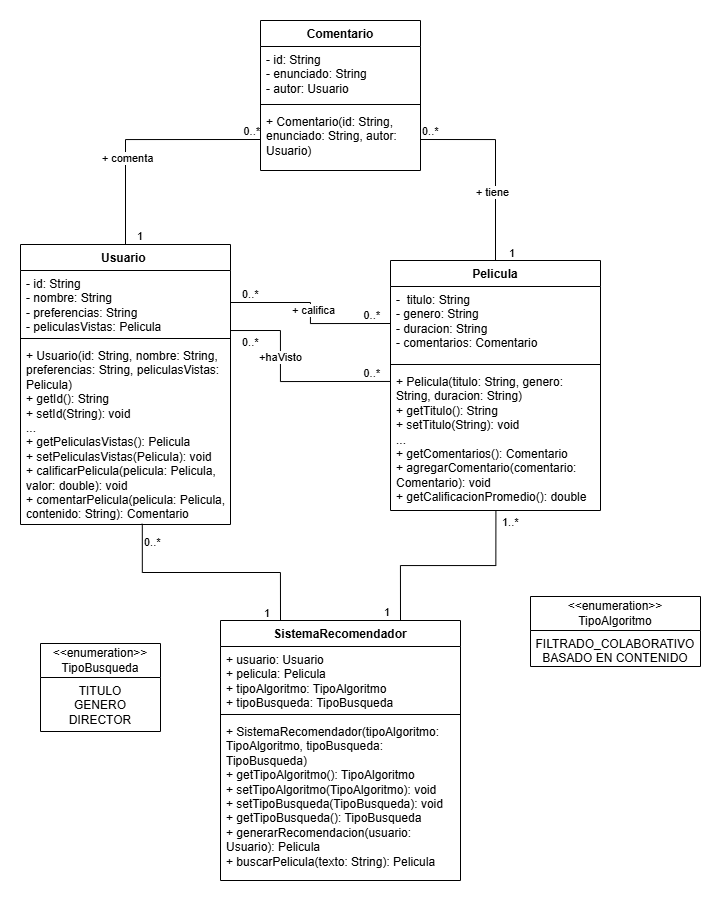
This is SistemaRecomendacion/SistemaRecomendacion.png from DiegoRodriguezUFPS/POO-1-B, a draw.io export, as it was before one commit. Source tidied: cells renumbered, new cells last; positions are measured from the earlier drawing's top-left corner, leaving out a move shared by most shapes.
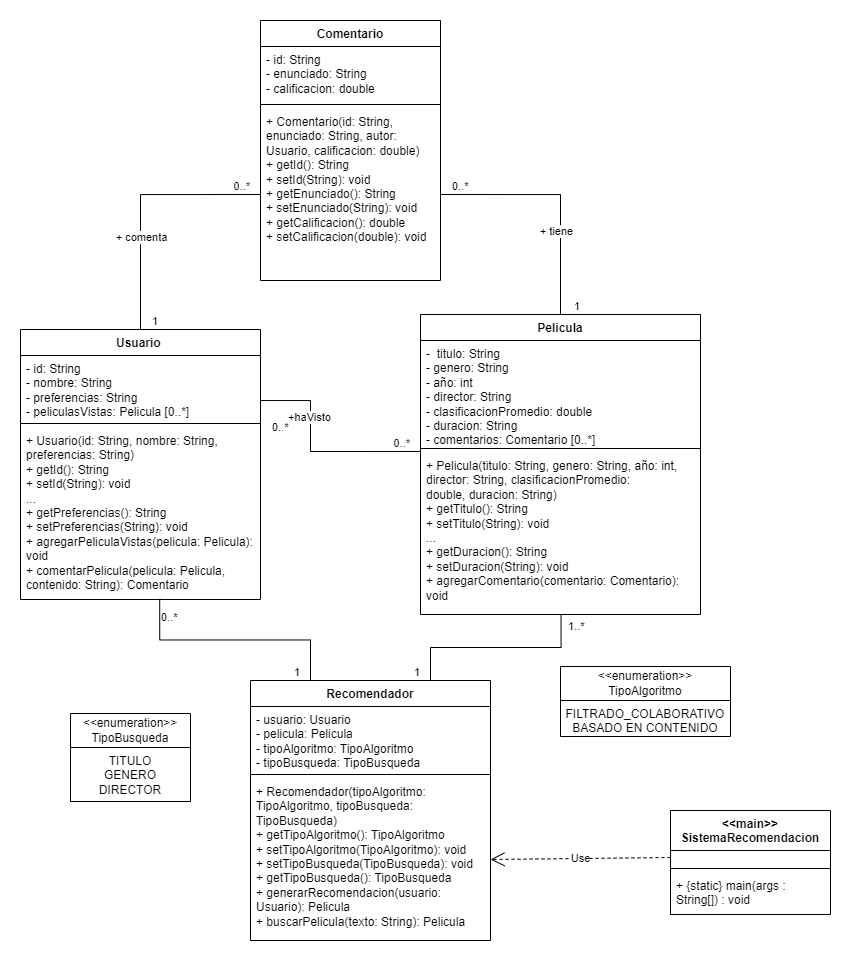
Above is the later version.

Change to the diagram source:
```diff
@@ -5,17 +5,17 @@
     <mxCell id="2" value="Pelicula" style="swimlane;fontStyle=1;align=center;verticalAlign=top;horizontal=1;startSize=26;whiteSpace=wrap;html=1;" parent="1" vertex="1">
-      <mxGeometry x="370" y="240" width="210" height="250" as="geometry" />
+      <mxGeometry x="370" y="224" width="280" height="300" as="geometry" />
     </mxCell>
-    <mxCell id="3" value="-&amp;nbsp; titulo: String&lt;div&gt;- genero: String&lt;/div&gt;&lt;div&gt;- duracion: String&lt;/div&gt;&lt;div&gt;- comentarios: Comentario&lt;span style=&quot;background-color: transparent; color: light-dark(rgb(0, 0, 0), rgb(255, 255, 255));&quot;&gt;&amp;nbsp;&lt;/span&gt;&lt;/div&gt;&lt;div&gt;&lt;br&gt;&lt;/div&gt;" style="text;strokeColor=none;fillColor=none;align=left;verticalAlign=top;spacingLeft=4;spacingRight=4;overflow=hidden;points=[[0,0.5],[1,0.5]];portConstraint=eastwest;whiteSpace=wrap;html=1;" parent="2" vertex="1">
-      <mxGeometry y="26" width="210" height="74" as="geometry" />
+    <mxCell id="3" value="-&amp;nbsp; titulo: String&lt;div&gt;- genero: String&lt;/div&gt;&lt;div&gt;- año: int&lt;/div&gt;&lt;div&gt;- director: String&lt;/div&gt;&lt;div&gt;- clasificacionPromedio: double&lt;/div&gt;&lt;div&gt;- duracion: String&lt;/div&gt;&lt;div&gt;- comentarios: Comentario [0..*]&lt;span style=&quot;background-color: transparent; color: light-dark(rgb(0, 0, 0), rgb(255, 255, 255));&quot;&gt;&amp;nbsp;&lt;/span&gt;&lt;/div&gt;&lt;div&gt;&lt;br&gt;&lt;/div&gt;" style="text;strokeColor=none;fillColor=none;align=left;verticalAlign=top;spacingLeft=4;spacingRight=4;overflow=hidden;points=[[0,0.5],[1,0.5]];portConstraint=eastwest;whiteSpace=wrap;html=1;" parent="2" vertex="1">
+      <mxGeometry y="26" width="280" height="104" as="geometry" />
     </mxCell>
     <mxCell id="4" style="line;strokeWidth=1;fillColor=none;align=left;verticalAlign=middle;spacingTop=-1;spacingLeft=3;spacingRight=3;labelPosition=right;strokeColor=inherit;" parent="2" vertex="1">
-      <mxGeometry y="100" width="210" height="8" as="geometry" />
+      <mxGeometry y="130" width="280" height="8" as="geometry" />
     </mxCell>
-    <mxCell id="5" value="&lt;div&gt;+ Pelicula(&lt;span style=&quot;background-color: transparent; color: light-dark(rgb(0, 0, 0), rgb(255, 255, 255));&quot;&gt;titulo: String,&amp;nbsp;&lt;/span&gt;&lt;span style=&quot;background-color: transparent; color: light-dark(rgb(0, 0, 0), rgb(255, 255, 255));&quot;&gt;genero: String,&amp;nbsp;&lt;/span&gt;&lt;span style=&quot;background-color: transparent; color: light-dark(rgb(0, 0, 0), rgb(255, 255, 255));&quot;&gt;duracion: String&lt;/span&gt;&lt;span style=&quot;background-color: transparent; color: light-dark(rgb(0, 0, 0), rgb(255, 255, 255));&quot;&gt;)&lt;/span&gt;&lt;/div&gt;&lt;div&gt;&lt;span style=&quot;background-color: transparent; color: light-dark(rgb(0, 0, 0), rgb(255, 255, 255));&quot;&gt;+ getTitulo(): String&lt;/span&gt;&lt;/div&gt;&lt;div&gt;&lt;span style=&quot;background-color: transparent; color: light-dark(rgb(0, 0, 0), rgb(255, 255, 255));&quot;&gt;+ setTitulo(String): void&lt;/span&gt;&lt;/div&gt;&lt;div&gt;...&lt;/div&gt;&lt;div&gt;+ getComentarios(): Comentario&lt;/div&gt;&lt;div&gt;+ agregarComentario(comentario: Comentario): void&lt;/div&gt;&lt;div&gt;&lt;span style=&quot;background-color: transparent; color: light-dark(rgb(0, 0, 0), rgb(255, 255, 255));&quot;&gt;+ getCalificacionPromedio(): double&lt;/span&gt;&lt;/div&gt;" style="text;strokeColor=none;fillColor=none;align=left;verticalAlign=top;spacingLeft=4;spacingRight=4;overflow=hidden;points=[[0,0.5],[1,0.5]];portConstraint=eastwest;whiteSpace=wrap;html=1;" parent="2" vertex="1">
-      <mxGeometry y="108" width="210" height="142" as="geometry" />
+    <mxCell id="5" value="&lt;div&gt;+ Pelicula(&lt;span style=&quot;background-color: transparent; color: light-dark(rgb(0, 0, 0), rgb(255, 255, 255));&quot;&gt;titulo: String,&amp;nbsp;&lt;/span&gt;&lt;span style=&quot;background-color: transparent; color: light-dark(rgb(0, 0, 0), rgb(255, 255, 255));&quot;&gt;genero: String, año:&amp;nbsp;&lt;/span&gt;int&lt;span style=&quot;background-color: transparent; color: light-dark(rgb(0, 0, 0), rgb(255, 255, 255));&quot;&gt;, director: String, clasificacionPromedio: double,&amp;nbsp;&lt;/span&gt;&lt;span style=&quot;background-color: transparent; color: light-dark(rgb(0, 0, 0), rgb(255, 255, 255));&quot;&gt;duracion: String&lt;/span&gt;&lt;span style=&quot;background-color: transparent; color: light-dark(rgb(0, 0, 0), rgb(255, 255, 255));&quot;&gt;)&lt;/span&gt;&lt;/div&gt;&lt;div&gt;&lt;span style=&quot;background-color: transparent; color: light-dark(rgb(0, 0, 0), rgb(255, 255, 255));&quot;&gt;+ getTitulo(): String&lt;/span&gt;&lt;/div&gt;&lt;div&gt;&lt;span style=&quot;background-color: transparent; color: light-dark(rgb(0, 0, 0), rgb(255, 255, 255));&quot;&gt;+ setTitulo(String): void&lt;/span&gt;&lt;/div&gt;&lt;div&gt;...&lt;/div&gt;&lt;div&gt;+ getDuracion():&amp;nbsp;&lt;span style=&quot;background-color: transparent; color: light-dark(rgb(0, 0, 0), rgb(255, 255, 255));&quot;&gt;String&lt;/span&gt;&lt;/div&gt;&lt;div&gt;&lt;span style=&quot;background-color: transparent; color: light-dark(rgb(0, 0, 0), rgb(255, 255, 255));&quot;&gt;+ setDuracion(String): void&lt;/span&gt;&lt;/div&gt;&lt;div&gt;+ agregarComentario(comentario: Comentario): void&lt;/div&gt;" style="text;strokeColor=none;fillColor=none;align=left;verticalAlign=top;spacingLeft=4;spacingRight=4;overflow=hidden;points=[[0,0.5],[1,0.5]];portConstraint=eastwest;whiteSpace=wrap;html=1;" parent="2" vertex="1">
+      <mxGeometry y="138" width="280" height="162" as="geometry" />
     </mxCell>
-    <mxCell id="6" value="SistemaRecomendador" style="swimlane;fontStyle=1;align=center;verticalAlign=top;horizontal=1;startSize=26;whiteSpace=wrap;html=1;" parent="1" vertex="1">
-      <mxGeometry x="200" y="600" width="240" height="260" as="geometry" />
+    <mxCell id="6" value="Recomendador" style="swimlane;fontStyle=1;align=center;verticalAlign=top;horizontal=1;startSize=26;whiteSpace=wrap;html=1;" parent="1" vertex="1">
+      <mxGeometry x="200" y="590" width="240" height="260" as="geometry" />
     </mxCell>
-    <mxCell id="7" value="&lt;div&gt;+ usuario: Usuario&lt;/div&gt;&lt;div&gt;+ pelicula: Pelicula&lt;/div&gt;+ tipoAlgoritmo: TipoAlgoritmo&lt;div&gt;+ tipoBusqueda: TipoBusqueda&lt;/div&gt;" style="text;strokeColor=none;fillColor=none;align=left;verticalAlign=top;spacingLeft=4;spacingRight=4;overflow=hidden;whiteSpace=wrap;html=1;" parent="6" vertex="1">
+    <mxCell id="7" value="&lt;div&gt;- usuario: Usuario&lt;/div&gt;&lt;div&gt;- pelicula: Pelicula&lt;/div&gt;- tipoAlgoritmo: TipoAlgoritmo&lt;div&gt;- tipoBusqueda: TipoBusqueda&lt;/div&gt;" style="text;strokeColor=none;fillColor=none;align=left;verticalAlign=top;spacingLeft=4;spacingRight=4;overflow=hidden;whiteSpace=wrap;html=1;" parent="6" vertex="1">
       <mxGeometry y="26" width="240" height="64" as="geometry" />
@@ -25,3 +25,3 @@
     </mxCell>
-    <mxCell id="9" value="+ SistemaRecomendador(tipoAlgoritmo: TipoAlgoritmo, tipoBusqueda: TipoBusqueda)&lt;div&gt;+ get&lt;span style=&quot;background-color: transparent; color: light-dark(rgb(0, 0, 0), rgb(255, 255, 255));&quot;&gt;TipoAlgoritmo():&amp;nbsp;&lt;/span&gt;&lt;span style=&quot;background-color: transparent; color: light-dark(rgb(0, 0, 0), rgb(255, 255, 255));&quot;&gt;TipoAlgoritmo&lt;/span&gt;&lt;/div&gt;&lt;div&gt;&lt;span style=&quot;background-color: transparent; color: light-dark(rgb(0, 0, 0), rgb(255, 255, 255));&quot;&gt;+ set&lt;/span&gt;&lt;span style=&quot;background-color: transparent; color: light-dark(rgb(0, 0, 0), rgb(255, 255, 255));&quot;&gt;TipoAlgoritmo(&lt;/span&gt;&lt;span style=&quot;background-color: transparent; color: light-dark(rgb(0, 0, 0), rgb(255, 255, 255));&quot;&gt;TipoAlgoritmo): void&lt;/span&gt;&lt;/div&gt;&lt;div&gt;&lt;span style=&quot;background-color: transparent; color: light-dark(rgb(0, 0, 0), rgb(255, 255, 255));&quot;&gt;+ set&lt;/span&gt;&lt;span style=&quot;background-color: transparent; color: light-dark(rgb(0, 0, 0), rgb(255, 255, 255));&quot;&gt;TipoBusqueda(&lt;/span&gt;&lt;span style=&quot;background-color: transparent; color: light-dark(rgb(0, 0, 0), rgb(255, 255, 255));&quot;&gt;TipoBusqueda): void&lt;/span&gt;&lt;/div&gt;&lt;div&gt;&lt;span style=&quot;background-color: transparent; color: light-dark(rgb(0, 0, 0), rgb(255, 255, 255));&quot;&gt;+ get&lt;/span&gt;&lt;span style=&quot;background-color: transparent; color: light-dark(rgb(0, 0, 0), rgb(255, 255, 255));&quot;&gt;TipoBusqueda():&amp;nbsp;&lt;/span&gt;&lt;span style=&quot;background-color: transparent; color: light-dark(rgb(0, 0, 0), rgb(255, 255, 255));&quot;&gt;TipoBusqueda&lt;/span&gt;&lt;/div&gt;&lt;div&gt;+ generarRecomendacion(usuario: Usuario): Pelicula&lt;/div&gt;&lt;div&gt;+ buscarPelicula(texto: String): Pelicula&lt;/div&gt;" style="text;strokeColor=none;fillColor=none;align=left;verticalAlign=top;spacingLeft=4;spacingRight=4;overflow=hidden;points=[[0,0.5],[1,0.5]];portConstraint=eastwest;whiteSpace=wrap;html=1;" parent="6" vertex="1">
+    <mxCell id="9" value="+ Recomendador(tipoAlgoritmo: TipoAlgoritmo, tipoBusqueda: TipoBusqueda)&lt;div&gt;+ get&lt;span style=&quot;background-color: transparent; color: light-dark(rgb(0, 0, 0), rgb(255, 255, 255));&quot;&gt;TipoAlgoritmo():&amp;nbsp;&lt;/span&gt;&lt;span style=&quot;background-color: transparent; color: light-dark(rgb(0, 0, 0), rgb(255, 255, 255));&quot;&gt;TipoAlgoritmo&lt;/span&gt;&lt;/div&gt;&lt;div&gt;&lt;span style=&quot;background-color: transparent; color: light-dark(rgb(0, 0, 0), rgb(255, 255, 255));&quot;&gt;+ set&lt;/span&gt;&lt;span style=&quot;background-color: transparent; color: light-dark(rgb(0, 0, 0), rgb(255, 255, 255));&quot;&gt;TipoAlgoritmo(&lt;/span&gt;&lt;span style=&quot;background-color: transparent; color: light-dark(rgb(0, 0, 0), rgb(255, 255, 255));&quot;&gt;TipoAlgoritmo): void&lt;/span&gt;&lt;/div&gt;&lt;div&gt;&lt;span style=&quot;background-color: transparent; color: light-dark(rgb(0, 0, 0), rgb(255, 255, 255));&quot;&gt;+ set&lt;/span&gt;&lt;span style=&quot;background-color: transparent; color: light-dark(rgb(0, 0, 0), rgb(255, 255, 255));&quot;&gt;TipoBusqueda(&lt;/span&gt;&lt;span style=&quot;background-color: transparent; color: light-dark(rgb(0, 0, 0), rgb(255, 255, 255));&quot;&gt;TipoBusqueda): void&lt;/span&gt;&lt;/div&gt;&lt;div&gt;&lt;span style=&quot;background-color: transparent; color: light-dark(rgb(0, 0, 0), rgb(255, 255, 255));&quot;&gt;+ get&lt;/span&gt;&lt;span style=&quot;background-color: transparent; color: light-dark(rgb(0, 0, 0), rgb(255, 255, 255));&quot;&gt;TipoBusqueda():&amp;nbsp;&lt;/span&gt;&lt;span style=&quot;background-color: transparent; color: light-dark(rgb(0, 0, 0), rgb(255, 255, 255));&quot;&gt;TipoBusqueda&lt;/span&gt;&lt;/div&gt;&lt;div&gt;+ generarRecomendacion(usuario: Usuario): Pelicula&lt;/div&gt;&lt;div&gt;+ buscarPelicula(texto: String): Pelicula&lt;/div&gt;" style="text;strokeColor=none;fillColor=none;align=left;verticalAlign=top;spacingLeft=4;spacingRight=4;overflow=hidden;points=[[0,0.5],[1,0.5]];portConstraint=eastwest;whiteSpace=wrap;html=1;" parent="6" vertex="1">
       <mxGeometry y="98" width="240" height="162" as="geometry" />
@@ -29,40 +29,24 @@
     <mxCell id="10" value="Usuario&amp;nbsp;" style="swimlane;fontStyle=1;align=center;verticalAlign=top;horizontal=1;startSize=26;whiteSpace=wrap;html=1;" parent="1" vertex="1">
-      <mxGeometry y="224" width="210" height="280" as="geometry" />
+      <mxGeometry x="-30" y="239" width="240" height="270" as="geometry" />
     </mxCell>
-    <mxCell id="11" value="&lt;div&gt;- id: String&lt;/div&gt;&lt;div&gt;- nombre: String&lt;/div&gt;&lt;div&gt;- preferencias: String&lt;/div&gt;- peliculasVistas: Pelicula" style="text;strokeColor=none;fillColor=none;align=left;verticalAlign=top;spacingLeft=4;spacingRight=4;overflow=hidden;points=[[0,0.5],[1,0.5]];portConstraint=eastwest;whiteSpace=wrap;html=1;" parent="10" vertex="1">
-      <mxGeometry y="26" width="210" height="64" as="geometry" />
+    <mxCell id="11" value="&lt;div&gt;- id: String&lt;/div&gt;&lt;div&gt;- nombre: String&lt;/div&gt;&lt;div&gt;- preferencias: String&lt;/div&gt;- peliculasVistas: Pelicula [0..*]" style="text;strokeColor=none;fillColor=none;align=left;verticalAlign=top;spacingLeft=4;spacingRight=4;overflow=hidden;points=[[0,0.5],[1,0.5]];portConstraint=eastwest;whiteSpace=wrap;html=1;" parent="10" vertex="1">
+      <mxGeometry y="26" width="240" height="64" as="geometry" />
     </mxCell>
     <mxCell id="12" style="line;strokeWidth=1;fillColor=none;align=left;verticalAlign=middle;spacingTop=-1;spacingLeft=3;spacingRight=3;labelPosition=right;strokeColor=inherit;" parent="10" vertex="1">
-      <mxGeometry y="90" width="210" height="8" as="geometry" />
+      <mxGeometry y="90" width="240" height="8" as="geometry" />
     </mxCell>
-    <mxCell id="13" value="&lt;div&gt;+ Usuario(&lt;span style=&quot;background-color: transparent; color: light-dark(rgb(0, 0, 0), rgb(255, 255, 255));&quot;&gt;id: String,&amp;nbsp;&lt;/span&gt;&lt;span style=&quot;background-color: transparent; color: light-dark(rgb(0, 0, 0), rgb(255, 255, 255));&quot;&gt;nombre: String,&amp;nbsp;&lt;/span&gt;&lt;/div&gt;&lt;div&gt;&lt;span style=&quot;background-color: transparent; color: light-dark(rgb(0, 0, 0), rgb(255, 255, 255));&quot;&gt;preferencias: String,&amp;nbsp;&lt;/span&gt;&lt;span style=&quot;background-color: transparent; color: light-dark(rgb(0, 0, 0), rgb(255, 255, 255));&quot;&gt;peliculasVistas: Pelicula)&lt;/span&gt;&lt;/div&gt;&lt;div&gt;&lt;span style=&quot;background-color: transparent; color: light-dark(rgb(0, 0, 0), rgb(255, 255, 255));&quot;&gt;+ getId(): String&lt;/span&gt;&lt;/div&gt;&lt;div&gt;&lt;span style=&quot;background-color: transparent; color: light-dark(rgb(0, 0, 0), rgb(255, 255, 255));&quot;&gt;+ setId(String): void&lt;/span&gt;&lt;/div&gt;&lt;div&gt;...&lt;/div&gt;&lt;div&gt;+ getPeliculasVistas(): Pelicula&lt;/div&gt;&lt;div&gt;+ setPeliculasVistas(Pelicula): void&lt;/div&gt;&lt;div&gt;+ calificarPelicula(pelicula: Pelicula, valor: double): void&lt;/div&gt;&lt;div&gt;+ comentarPelicula(pelicula: Pelicula, contenido: String): Comentario&lt;/div&gt;" style="text;strokeColor=none;fillColor=none;align=left;verticalAlign=top;spacingLeft=4;spacingRight=4;overflow=hidden;points=[[0,0.5],[1,0.5]];portConstraint=eastwest;whiteSpace=wrap;html=1;" parent="10" vertex="1">
-      <mxGeometry y="98" width="210" height="182" as="geometry" />
+    <mxCell id="13" value="&lt;div&gt;+ Usuario(&lt;span style=&quot;background-color: transparent; color: light-dark(rgb(0, 0, 0), rgb(255, 255, 255));&quot;&gt;id: String,&amp;nbsp;&lt;/span&gt;&lt;span style=&quot;background-color: transparent; color: light-dark(rgb(0, 0, 0), rgb(255, 255, 255));&quot;&gt;nombre: String,&amp;nbsp;&lt;/span&gt;&lt;/div&gt;&lt;div&gt;&lt;span style=&quot;background-color: transparent; color: light-dark(rgb(0, 0, 0), rgb(255, 255, 255));&quot;&gt;preferencias: String)&lt;/span&gt;&lt;/div&gt;&lt;div&gt;&lt;span style=&quot;background-color: transparent; color: light-dark(rgb(0, 0, 0), rgb(255, 255, 255));&quot;&gt;+ getId(): String&lt;/span&gt;&lt;/div&gt;&lt;div&gt;&lt;span style=&quot;background-color: transparent; color: light-dark(rgb(0, 0, 0), rgb(255, 255, 255));&quot;&gt;+ setId(String): void&lt;/span&gt;&lt;/div&gt;&lt;div&gt;...&lt;/div&gt;&lt;div&gt;+ getPreferencias():&amp;nbsp;&lt;span style=&quot;background-color: transparent; color: light-dark(rgb(0, 0, 0), rgb(255, 255, 255));&quot;&gt;String&lt;/span&gt;&lt;/div&gt;&lt;div&gt;+ setPreferencias(String): void&lt;/div&gt;&lt;div&gt;+ agregarPeliculaVistas(pelicula: Pelicula): void&lt;/div&gt;&lt;div&gt;&lt;span style=&quot;background-color: transparent; color: light-dark(rgb(0, 0, 0), rgb(255, 255, 255));&quot;&gt;+ comentarPelicula(pelicula: Pelicula, contenido: String): Comentario&lt;/span&gt;&lt;/div&gt;" style="text;strokeColor=none;fillColor=none;align=left;verticalAlign=top;spacingLeft=4;spacingRight=4;overflow=hidden;points=[[0,0.5],[1,0.5]];portConstraint=eastwest;whiteSpace=wrap;html=1;" parent="10" vertex="1">
+      <mxGeometry y="98" width="240" height="172" as="geometry" />
     </mxCell>
-    <mxCell id="14" style="endArrow=none;html=1;edgeStyle=orthogonalEdgeStyle;rounded=0;exitX=1;exitY=0.5;exitDx=0;exitDy=0;entryX=0;entryY=0.5;entryDx=0;entryDy=0;" parent="1" edge="1" source="11" target="3">
-      <mxGeometry relative="1" as="geometry" />
-    </mxCell>
-    <mxCell id="15" value="0..*" style="edgeLabel;html=1;align=left;verticalAlign=bottom;" parent="14" vertex="1">
-      <mxGeometry x="-1" relative="1" as="geometry">
-        <mxPoint x="10" as="offset" />
-      </mxGeometry>
-    </mxCell>
-    <mxCell id="16" value="0..*" style="edgeLabel;html=1;align=right;verticalAlign=bottom;" parent="14" vertex="1">
-      <mxGeometry x="1" relative="1" as="geometry">
-        <mxPoint x="-10" as="offset" />
-      </mxGeometry>
-    </mxCell>
-    <mxCell id="17" value="+ califica" style="edgeLabel;html=1;align=center;verticalAlign=middle;" parent="14" vertex="1">
-      <mxGeometry x="-0.04" y="2" relative="1" as="geometry" />
-    </mxCell>
     <mxCell id="18" value="Comentario" style="swimlane;fontStyle=1;align=center;verticalAlign=top;horizontal=1;startSize=26;whiteSpace=wrap;html=1;" parent="1" vertex="1">
-      <mxGeometry x="240" width="160" height="150" as="geometry" />
+      <mxGeometry x="210" y="-70" width="180" height="260" as="geometry" />
     </mxCell>
-    <mxCell id="19" value="&lt;div&gt;- id: String&lt;/div&gt;- enunciado: String&lt;div&gt;- autor: Usuario&lt;/div&gt;" style="text;strokeColor=none;fillColor=none;align=left;verticalAlign=top;spacingLeft=4;spacingRight=4;overflow=hidden;whiteSpace=wrap;html=1;" parent="18" vertex="1">
-      <mxGeometry y="26" width="160" height="54" as="geometry" />
+    <mxCell id="19" value="&lt;div&gt;- id: String&lt;/div&gt;- enunciado: String&lt;div&gt;- calificacion: double&lt;/div&gt;" style="text;strokeColor=none;fillColor=none;align=left;verticalAlign=top;spacingLeft=4;spacingRight=4;overflow=hidden;whiteSpace=wrap;html=1;" parent="18" vertex="1">
+      <mxGeometry y="26" width="180" height="54" as="geometry" />
     </mxCell>
     <mxCell id="20" style="line;strokeWidth=1;fillColor=none;align=left;verticalAlign=middle;spacingTop=-1;spacingLeft=3;spacingRight=3;labelPosition=right;strokeColor=inherit;" parent="18" vertex="1">
-      <mxGeometry y="80" width="160" height="8" as="geometry" />
+      <mxGeometry y="80" width="180" height="8" as="geometry" />
     </mxCell>
-    <mxCell id="21" value="+ Comentario(id: String, enunciado: String, autor: Usuario)" style="text;strokeColor=none;fillColor=none;align=left;verticalAlign=top;spacingLeft=4;spacingRight=4;overflow=hidden;points=[[0,0.5],[1,0.5]];portConstraint=eastwest;whiteSpace=wrap;html=1;" parent="18" vertex="1">
-      <mxGeometry y="88" width="160" height="62" as="geometry" />
+    <mxCell id="21" value="+ Comentario(id: String, enunciado: String, autor: Usuario, calificacion: double)&lt;div&gt;+ getId(): String&lt;/div&gt;&lt;div&gt;+ setId(String): void&lt;/div&gt;&lt;div&gt;+ getEnunciado():&amp;nbsp;&lt;span style=&quot;background-color: transparent; color: light-dark(rgb(0, 0, 0), rgb(255, 255, 255));&quot;&gt;String&lt;/span&gt;&lt;/div&gt;&lt;div&gt;+ setEnunciado(String): void&lt;/div&gt;&lt;div&gt;+ getCalificacion(): double&lt;/div&gt;&lt;div&gt;+ setCalificacion(double): void&lt;/div&gt;" style="text;strokeColor=none;fillColor=none;align=left;verticalAlign=top;spacingLeft=4;spacingRight=4;overflow=hidden;points=[[0,0.5],[1,0.5]];portConstraint=eastwest;whiteSpace=wrap;html=1;" parent="18" vertex="1">
+      <mxGeometry y="88" width="180" height="172" as="geometry" />
     </mxCell>
@@ -99,3 +83,5 @@
     <mxCell id="28" value="0..*" style="edgeLabel;html=1;align=right;verticalAlign=bottom;" parent="26" vertex="1">
-      <mxGeometry x="1" relative="1" as="geometry" />
+      <mxGeometry x="1" relative="1" as="geometry">
+        <mxPoint x="-10" as="offset" />
+      </mxGeometry>
     </mxCell>
@@ -108,3 +94,5 @@
     <mxCell id="31" value="0..*&amp;nbsp;" style="edgeLabel;html=1;align=left;verticalAlign=bottom;" parent="30" vertex="1">
-      <mxGeometry x="-1" relative="1" as="geometry" />
+      <mxGeometry x="-1" relative="1" as="geometry">
+        <mxPoint x="10" as="offset" />
+      </mxGeometry>
     </mxCell>
@@ -156,2 +144,17 @@
     </mxCell>
+    <mxCell id="44" value="&amp;lt;&amp;lt;main&amp;gt;&amp;gt;&lt;div&gt;SistemaRecomendacion&lt;/div&gt;" style="swimlane;fontStyle=1;align=center;verticalAlign=top;horizontal=1;startSize=40;whiteSpace=wrap;html=1;" parent="1" vertex="1">
+      <mxGeometry x="620" y="720" width="160" height="104" as="geometry" />
+    </mxCell>
+    <mxCell id="45" value="&amp;nbsp;" style="text;strokeColor=none;fillColor=none;align=left;verticalAlign=top;spacingLeft=4;spacingRight=4;overflow=hidden;points=[[0,0.5],[1,0.5]];portConstraint=eastwest;whiteSpace=wrap;html=1;" parent="44" vertex="1">
+      <mxGeometry y="40" width="160" height="14" as="geometry" />
+    </mxCell>
+    <mxCell id="46" style="line;strokeWidth=1;fillColor=none;align=left;verticalAlign=middle;spacingTop=-1;spacingLeft=3;spacingRight=3;labelPosition=right;strokeColor=inherit;" parent="44" vertex="1">
+      <mxGeometry y="54" width="160" height="8" as="geometry" />
+    </mxCell>
+    <mxCell id="47" value="+ {static} main(args : String[]) : void" style="text;strokeColor=none;fillColor=none;align=left;verticalAlign=top;spacingLeft=4;spacingRight=4;overflow=hidden;whiteSpace=wrap;html=1;" parent="44" vertex="1">
+      <mxGeometry y="62" width="160" height="42" as="geometry" />
+    </mxCell>
+    <mxCell id="48" value="Use" style="endArrow=open;endSize=12;dashed=1;html=1;rounded=0;entryX=1;entryY=0.5;entryDx=0;entryDy=0;exitX=0;exitY=0.5;exitDx=0;exitDy=0;" parent="1" edge="1" source="45" target="9">
+      <mxGeometry relative="1" as="geometry" />
+    </mxCell>
   </root>
```
